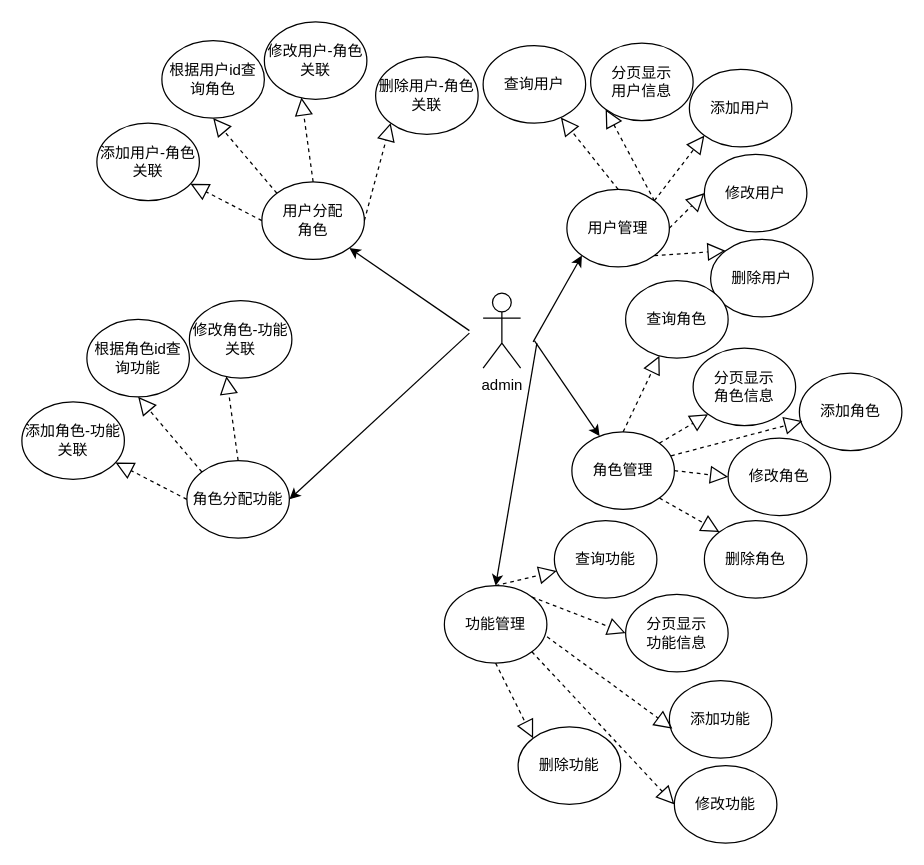
Earlier version of the draw.io diagram 用例图.drawio (Hanghang-614/gulimall). Source tidied: cells renumbered, new cells numbered last; positions are measured from the earlier drawing's top-left corner, leaving out a move shared by most shapes. Both pictures are drawn from the tidied source at 125%, with x=0, y=0 at pixel (21, 21).
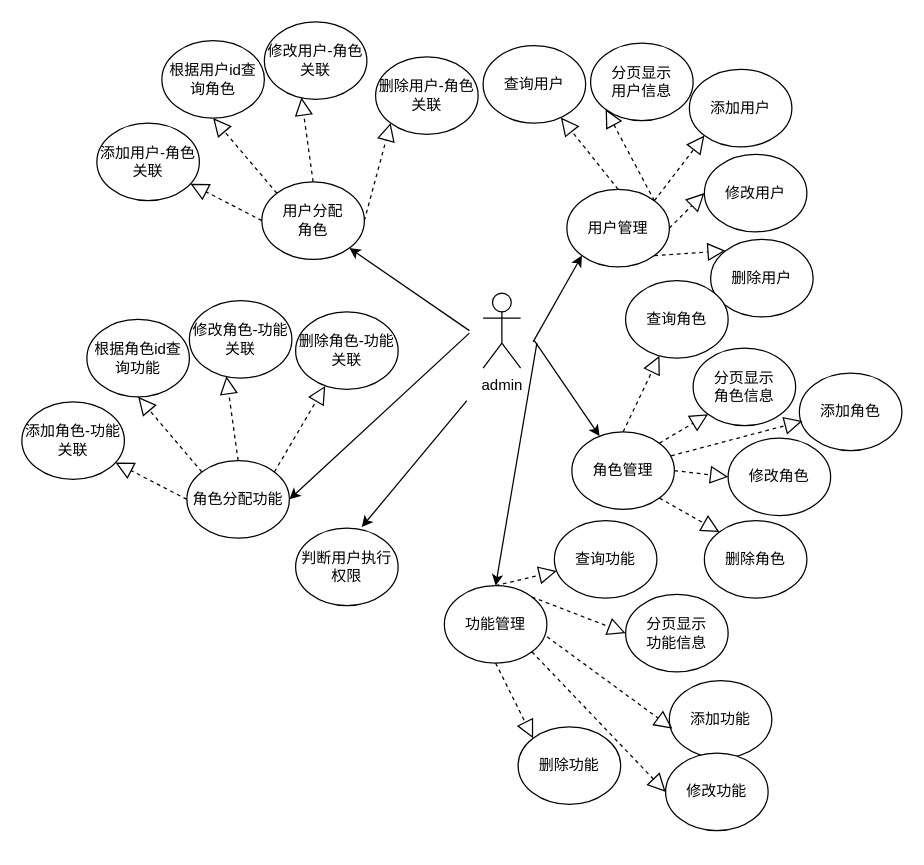
The same page after the edit.

Commit message (it also covers changes not shown here):
更新用例图.drawio

Unchanged cells that the change refers to:
```xml
<mxCell id="50" value="角色分配功能" style="ellipse;whiteSpace=wrap;html=1;" parent="1" vertex="1">
  <mxGeometry x="132" y="351" width="82" height="62" as="geometry" />
</mxCell>
```

The edit, as a diff of the source:
```diff
@@
     <mxCell id="36" value="修改功能" style="ellipse;whiteSpace=wrap;html=1;" parent="1" vertex="1">
-      <mxGeometry x="522" y="595" width="82" height="62" as="geometry" />
+      <mxGeometry x="515" y="585" width="82" height="62" as="geometry" />
     </mxCell>
@@
+    <mxCell id="57" style="endArrow=block;dashed=1;endFill=0;endSize=12;html=1;rounded=0;exitX=1;exitY=0;exitDx=0;exitDy=0;entryX=0.289;entryY=0.955;entryDx=0;entryDy=0;entryPerimeter=0;" parent="1" edge="1" source="50" target="58">
+      <mxGeometry relative="1" as="geometry" />
+    </mxCell>
+    <mxCell id="58" value="删除角色-功能关联" style="ellipse;whiteSpace=wrap;html=1;" parent="1" vertex="1">
+      <mxGeometry x="219" y="232" width="82" height="62" as="geometry" />
+    </mxCell>
+    <mxCell id="59" style="endArrow=classic;html=1;rounded=0;entryX=0.645;entryY=-0.013;entryDx=0;entryDy=0;entryPerimeter=0;" parent="1" edge="1" target="60">
+      <mxGeometry relative="1" as="geometry">
+        <mxPoint x="356" y="303" as="sourcePoint" />
+      </mxGeometry>
+    </mxCell>
+    <mxCell id="60" value="判断用户执行权限" style="ellipse;whiteSpace=wrap;html=1;" parent="1" vertex="1">
+      <mxGeometry x="219" y="405" width="82" height="62" as="geometry" />
+    </mxCell>
```
